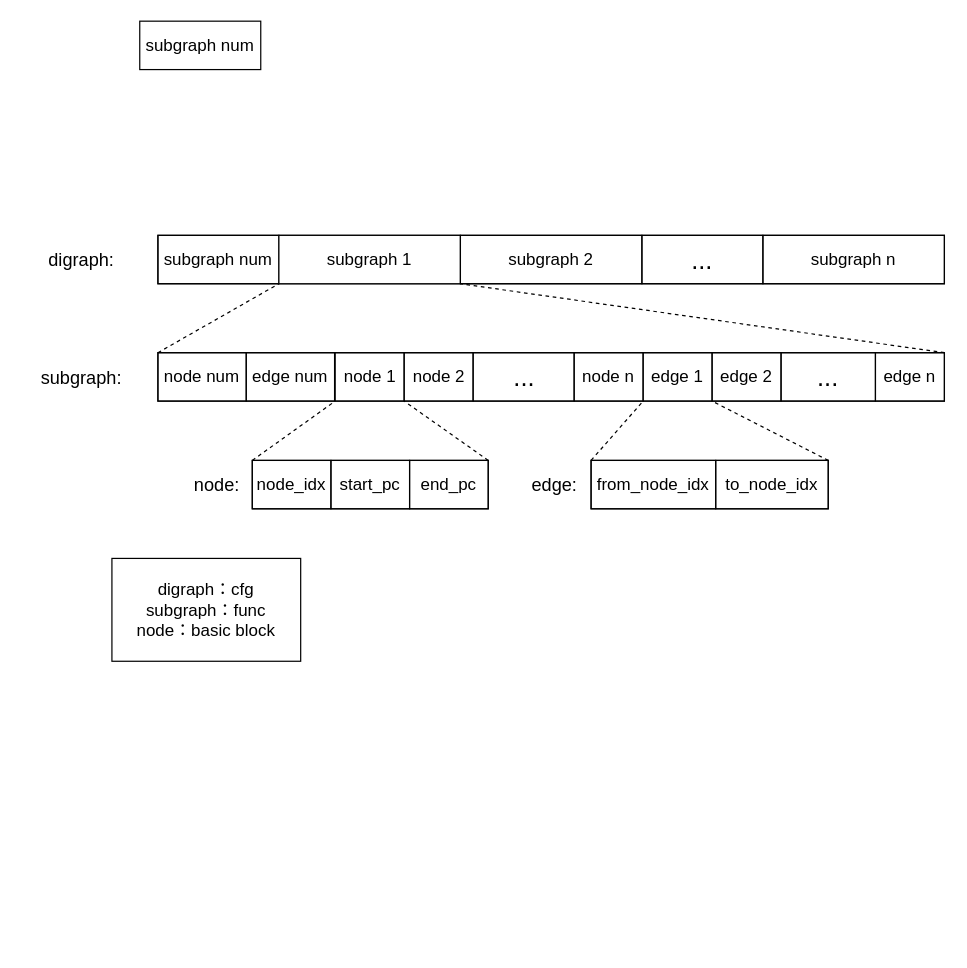
liyp1120/draw.io keeps this draw.io diagram as cfg 二进制布局设计.drawio. Above is the earlier version. Source tidied: cells renumbered, new cells numbered last; positions are measured from the earlier drawing's top-left corner, leaving out a move shared by most shapes. Both pictures are drawn from the tidied source at 121%, with x=0, y=0 at pixel (21, 21).
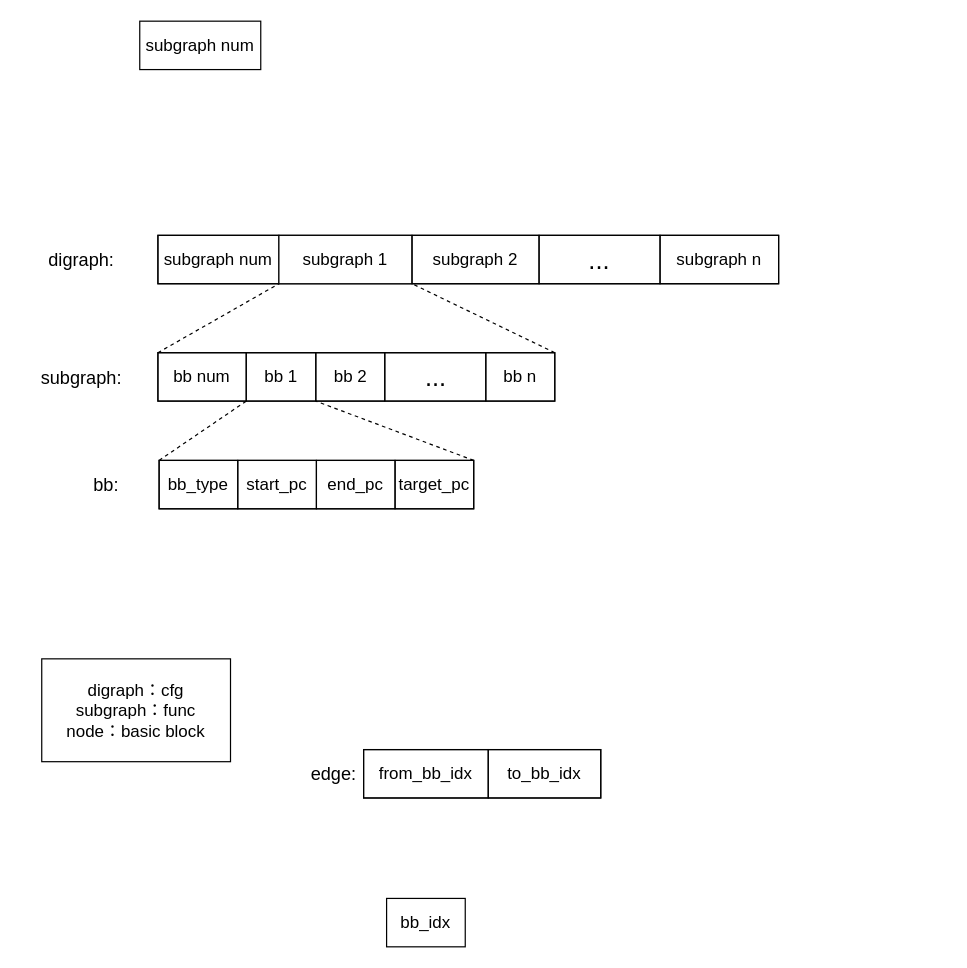
The same diagram, later.

Commit message (it also covers changes not shown here):
更新cfg 二进制布局设计.drawio

The edit, as a diff of the source:
```diff
@@
     <mxCell id="2" style="rounded=0;whiteSpace=wrap;html=1;fillColor=none;" parent="1" vertex="1">
-      <mxGeometry x="113" y="177" width="650" height="40" as="geometry" />
+      <mxGeometry x="113" y="177" width="513" height="40" as="geometry" />
     </mxCell>
@@
     <mxCell id="5" value="&lt;font style=&quot;font-size: 21px;&quot;&gt;...&lt;/font&gt;" style="rounded=0;whiteSpace=wrap;html=1;fillColor=none;" parent="1" vertex="1">
-      <mxGeometry x="513" y="177" width="100" height="40" as="geometry" />
+      <mxGeometry x="428" y="177" width="100" height="40" as="geometry" />
     </mxCell>
     <mxCell id="6" style="rounded=0;whiteSpace=wrap;html=1;fillColor=none;" parent="1" vertex="1">
-      <mxGeometry x="191" y="363" width="195" height="40" as="geometry" />
+      <mxGeometry x="114" y="363" width="260" height="40" as="geometry" />
     </mxCell>
@@
     <mxCell id="8" value="&lt;font style=&quot;font-size: 14px;&quot;&gt;subgraph 1&lt;/font&gt;" style="rounded=0;whiteSpace=wrap;html=1;fillColor=default;labelBorderColor=none;" parent="1" vertex="1">
-      <mxGeometry x="213" y="177" width="150" height="40" as="geometry" />
+      <mxGeometry x="213" y="177" width="110" height="40" as="geometry" />
     </mxCell>
     <mxCell id="9" value="&lt;font style=&quot;font-size: 14px;&quot;&gt;subgraph 2&lt;/font&gt;" style="rounded=0;whiteSpace=wrap;html=1;fillColor=none;" parent="1" vertex="1">
-      <mxGeometry x="363" y="177" width="150" height="40" as="geometry" />
+      <mxGeometry x="323" y="177" width="105" height="40" as="geometry" />
     </mxCell>
     <mxCell id="10" value="&lt;font style=&quot;font-size: 14px;&quot;&gt;subgraph n&lt;/font&gt;" style="rounded=0;whiteSpace=wrap;html=1;fillColor=none;" parent="1" vertex="1">
-      <mxGeometry x="613" y="177" width="150" height="40" as="geometry" />
+      <mxGeometry x="528" y="177" width="98" height="40" as="geometry" />
     </mxCell>
     <mxCell id="11" style="rounded=0;whiteSpace=wrap;html=1;fillColor=none;" parent="1" vertex="1">
-      <mxGeometry x="113" y="274" width="650" height="40" as="geometry" />
+      <mxGeometry x="113" y="274" width="328" height="40" as="geometry" />
     </mxCell>
-    <mxCell id="12" value="&lt;font style=&quot;font-size: 14px;&quot;&gt;node num&lt;/font&gt;" style="rounded=0;whiteSpace=wrap;html=1;fillColor=none;" parent="1" vertex="1">
+    <mxCell id="12" value="&lt;font style=&quot;font-size: 14px;&quot;&gt;bb num&lt;/font&gt;" style="rounded=0;whiteSpace=wrap;html=1;fillColor=none;" parent="1" vertex="1">
       <mxGeometry x="113" y="274" width="73" height="40" as="geometry" />
     </mxCell>
@@
-    <mxCell id="14" value="&lt;font style=&quot;font-size: 21px;&quot;&gt;...&lt;/font&gt;" style="rounded=0;whiteSpace=wrap;html=1;fillColor=none;" parent="1" vertex="1">
-      <mxGeometry x="628" y="274" width="78" height="40" as="geometry" />
-    </mxCell>
-    <mxCell id="15" value="&lt;font style=&quot;font-size: 14px;&quot;&gt;node n&lt;/font&gt;" style="rounded=0;whiteSpace=wrap;html=1;fillColor=none;" parent="1" vertex="1">
-      <mxGeometry x="457" y="274" width="57" height="40" as="geometry" />
+    <mxCell id="15" value="&lt;font style=&quot;font-size: 14px;&quot;&gt;bb n&lt;/font&gt;" style="rounded=0;whiteSpace=wrap;html=1;fillColor=none;" parent="1" vertex="1">
+      <mxGeometry x="384" y="274" width="57" height="40" as="geometry" />
     </mxCell>
     <mxCell id="16" value="&lt;font style=&quot;font-size: 14px;&quot;&gt;digraph：cfg&lt;br&gt;subgraph：func&lt;br&gt;node：basic block&lt;br&gt;&lt;/font&gt;" style="rounded=0;whiteSpace=wrap;html=1;fillColor=none;align=center;" parent="1" vertex="1">
-      <mxGeometry x="75" y="444" width="156" height="85" as="geometry" />
+      <mxGeometry x="17" y="527" width="156" height="85" as="geometry" />
     </mxCell>
-    <mxCell id="17" value="&lt;font style=&quot;font-size: 14px;&quot;&gt;edge num&lt;/font&gt;" style="rounded=0;whiteSpace=wrap;html=1;fillColor=none;" parent="1" vertex="1">
-      <mxGeometry x="186" y="274" width="73" height="40" as="geometry" />
-    </mxCell>
-    <mxCell id="18" value="&lt;font style=&quot;font-size: 14px;&quot;&gt;node 2&lt;/font&gt;" style="rounded=0;whiteSpace=wrap;html=1;fillColor=none;" parent="1" vertex="1">
-      <mxGeometry x="316.5" y="274" width="57" height="40" as="geometry" />
+    <mxCell id="18" value="&lt;font style=&quot;font-size: 14px;&quot;&gt;bb 2&lt;/font&gt;" style="rounded=0;whiteSpace=wrap;html=1;fillColor=none;" parent="1" vertex="1">
+      <mxGeometry x="243.5" y="274" width="57" height="40" as="geometry" />
     </mxCell>
-    <mxCell id="19" value="&lt;font style=&quot;font-size: 14px;&quot;&gt;node 1&lt;/font&gt;" style="rounded=0;whiteSpace=wrap;html=1;fillColor=none;" parent="1" vertex="1">
-      <mxGeometry x="259.5" y="274" width="57" height="40" as="geometry" />
+    <mxCell id="19" value="&lt;font style=&quot;font-size: 14px;&quot;&gt;bb 1&lt;/font&gt;" style="rounded=0;whiteSpace=wrap;html=1;fillColor=none;" parent="1" vertex="1">
+      <mxGeometry x="186" y="274" width="57.5" height="40" as="geometry" />
     </mxCell>
     <mxCell id="20" value="&lt;font style=&quot;font-size: 21px;&quot;&gt;...&lt;/font&gt;" style="rounded=0;whiteSpace=wrap;html=1;fillColor=none;" parent="1" vertex="1">
-      <mxGeometry x="373.5" y="274" width="83.5" height="40" as="geometry" />
+      <mxGeometry x="300.5" y="274" width="83.5" height="40" as="geometry" />
     </mxCell>
-    <mxCell id="21" value="&lt;font style=&quot;font-size: 14px;&quot;&gt;edge 1&lt;/font&gt;" style="rounded=0;whiteSpace=wrap;html=1;fillColor=none;" parent="1" vertex="1">
-      <mxGeometry x="514" y="274" width="57" height="40" as="geometry" />
-    </mxCell>
-    <mxCell id="22" value="&lt;font style=&quot;font-size: 14px;&quot;&gt;edge 2&lt;/font&gt;" style="rounded=0;whiteSpace=wrap;html=1;fillColor=none;" parent="1" vertex="1">
-      <mxGeometry x="571" y="274" width="57" height="40" as="geometry" />
-    </mxCell>
-    <mxCell id="23" value="&lt;font style=&quot;font-size: 14px;&quot;&gt;edge n&lt;/font&gt;" style="rounded=0;whiteSpace=wrap;html=1;fillColor=none;" parent="1" vertex="1">
-      <mxGeometry x="706" y="274" width="57" height="40" as="geometry" />
-    </mxCell>
     <mxCell id="24" value="&lt;font style=&quot;font-size: 14px;&quot;&gt;start_pc&lt;/font&gt;" style="rounded=0;whiteSpace=wrap;html=1;fillColor=none;" parent="1" vertex="1">
-      <mxGeometry x="256" y="363" width="65" height="40" as="geometry" />
+      <mxGeometry x="179" y="363" width="65" height="40" as="geometry" />
     </mxCell>
-    <mxCell id="25" value="&lt;font style=&quot;font-size: 15px;&quot;&gt;node:&lt;/font&gt;" style="rounded=0;whiteSpace=wrap;html=1;fillColor=none;strokeColor=none;" parent="1" vertex="1">
-      <mxGeometry x="112" y="363" width="100" height="40" as="geometry" />
+    <mxCell id="25" value="&lt;font style=&quot;font-size: 15px;&quot;&gt;bb:&lt;/font&gt;" style="rounded=0;whiteSpace=wrap;html=1;fillColor=none;strokeColor=none;" parent="1" vertex="1">
+      <mxGeometry x="55" y="363" width="31" height="40" as="geometry" />
     </mxCell>
     <mxCell id="26" value="&lt;font style=&quot;font-size: 14px;&quot;&gt;end_pc&lt;/font&gt;" style="rounded=0;whiteSpace=wrap;html=1;fillColor=none;" parent="1" vertex="1">
-      <mxGeometry x="321" y="363" width="65" height="40" as="geometry" />
+      <mxGeometry x="244" y="363" width="65" height="40" as="geometry" />
     </mxCell>
-    <mxCell id="27" value="&lt;font style=&quot;font-size: 14px;&quot;&gt;node_idx&lt;/font&gt;" style="rounded=0;whiteSpace=wrap;html=1;fillColor=none;" parent="1" vertex="1">
-      <mxGeometry x="191" y="363" width="65" height="40" as="geometry" />
+    <mxCell id="27" value="&lt;font style=&quot;font-size: 14px;&quot;&gt;bb_idx&lt;/font&gt;" style="rounded=0;whiteSpace=wrap;html=1;fillColor=none;" parent="1" vertex="1">
+      <mxGeometry x="302" y="725" width="65" height="40" as="geometry" />
     </mxCell>
     <mxCell id="28" style="rounded=0;whiteSpace=wrap;html=1;fillColor=none;" parent="1" vertex="1">
-      <mxGeometry x="471" y="363" width="196" height="40" as="geometry" />
+      <mxGeometry x="283" y="602" width="196" height="40" as="geometry" />
     </mxCell>
     <mxCell id="29" value="&lt;font style=&quot;font-size: 15px;&quot;&gt;edge:&lt;/font&gt;" style="rounded=0;whiteSpace=wrap;html=1;fillColor=none;strokeColor=none;" parent="1" vertex="1">
-      <mxGeometry x="391" y="363" width="100" height="40" as="geometry" />
+      <mxGeometry x="237" y="602" width="43" height="40" as="geometry" />
     </mxCell>
-    <mxCell id="30" value="&lt;font style=&quot;font-size: 14px;&quot;&gt;from_node_idx&lt;/font&gt;" style="rounded=0;whiteSpace=wrap;html=1;fillColor=none;" parent="1" vertex="1">
-      <mxGeometry x="471" y="363" width="103" height="40" as="geometry" />
+    <mxCell id="30" value="&lt;font style=&quot;font-size: 14px;&quot;&gt;from_bb_idx&lt;/font&gt;" style="rounded=0;whiteSpace=wrap;html=1;fillColor=none;" parent="1" vertex="1">
+      <mxGeometry x="283" y="602" width="103" height="40" as="geometry" />
     </mxCell>
-    <mxCell id="31" value="&lt;font style=&quot;font-size: 14px;&quot;&gt;to_node_idx&lt;/font&gt;" style="rounded=0;whiteSpace=wrap;html=1;fillColor=none;" parent="1" vertex="1">
-      <mxGeometry x="574" y="363" width="93" height="40" as="geometry" />
+    <mxCell id="31" value="&lt;font style=&quot;font-size: 14px;&quot;&gt;to_bb_idx&lt;/font&gt;" style="rounded=0;whiteSpace=wrap;html=1;fillColor=none;" parent="1" vertex="1">
+      <mxGeometry x="386" y="602" width="93" height="40" as="geometry" />
     </mxCell>
@@
-    <mxCell id="33" style="endArrow=none;dashed=1;html=1;rounded=0;entryX=0;entryY=1;entryDx=0;entryDy=0;exitX=1;exitY=0;exitDx=0;exitDy=0;" parent="1" edge="1" source="23" target="9">
+    <mxCell id="33" style="endArrow=none;dashed=1;html=1;rounded=0;entryX=0;entryY=1;entryDx=0;entryDy=0;exitX=1;exitY=0;exitDx=0;exitDy=0;" parent="1" edge="1" source="11" target="9">
       <mxGeometry relative="1" as="geometry" />
     </mxCell>
-    <mxCell id="34" style="endArrow=none;dashed=1;html=1;rounded=0;entryX=0;entryY=1;entryDx=0;entryDy=0;exitX=0;exitY=0;exitDx=0;exitDy=0;" parent="1" edge="1" source="27" target="19">
-      <mxGeometry relative="1" as="geometry" />
-    </mxCell>
-    <mxCell id="35" style="endArrow=none;dashed=1;html=1;rounded=0;entryX=1;entryY=1;entryDx=0;entryDy=0;exitX=1;exitY=0;exitDx=0;exitDy=0;" parent="1" edge="1" source="26" target="19">
-      <mxGeometry relative="1" as="geometry" />
-    </mxCell>
-    <mxCell id="36" style="endArrow=none;dashed=1;html=1;rounded=0;entryX=1;entryY=1;entryDx=0;entryDy=0;exitX=0;exitY=0;exitDx=0;exitDy=0;" parent="1" edge="1" source="30" target="15">
-      <mxGeometry relative="1" as="geometry" />
-    </mxCell>
-    <mxCell id="37" style="endArrow=none;dashed=1;html=1;rounded=0;entryX=0;entryY=1;entryDx=0;entryDy=0;exitX=1;exitY=0;exitDx=0;exitDy=0;" parent="1" edge="1" source="31" target="22">
-      <mxGeometry relative="1" as="geometry" />
-    </mxCell>
+    <mxCell id="38" value="&lt;span style=&quot;font-size: 14px;&quot;&gt;bb_type&lt;/span&gt;" style="rounded=0;whiteSpace=wrap;html=1;fillColor=none;" parent="1" vertex="1">
+      <mxGeometry x="114" y="363" width="65" height="40" as="geometry" />
+    </mxCell>
+    <mxCell id="39" value="&lt;font style=&quot;font-size: 14px;&quot;&gt;target_pc&lt;/font&gt;" style="rounded=0;whiteSpace=wrap;html=1;fillColor=none;" parent="1" vertex="1">
+      <mxGeometry x="309" y="363" width="65" height="40" as="geometry" />
+    </mxCell>
+    <mxCell id="40" style="endArrow=none;dashed=1;html=1;rounded=0;entryX=0;entryY=1;entryDx=0;entryDy=0;exitX=0;exitY=0;exitDx=0;exitDy=0;" parent="1" edge="1" source="38" target="19">
+      <mxGeometry relative="1" as="geometry" />
+    </mxCell>
+    <mxCell id="41" style="endArrow=none;dashed=1;html=1;rounded=0;entryX=1;entryY=1;entryDx=0;entryDy=0;exitX=1;exitY=0;exitDx=0;exitDy=0;" parent="1" edge="1" source="39" target="19">
+      <mxGeometry relative="1" as="geometry" />
+    </mxCell>
```
